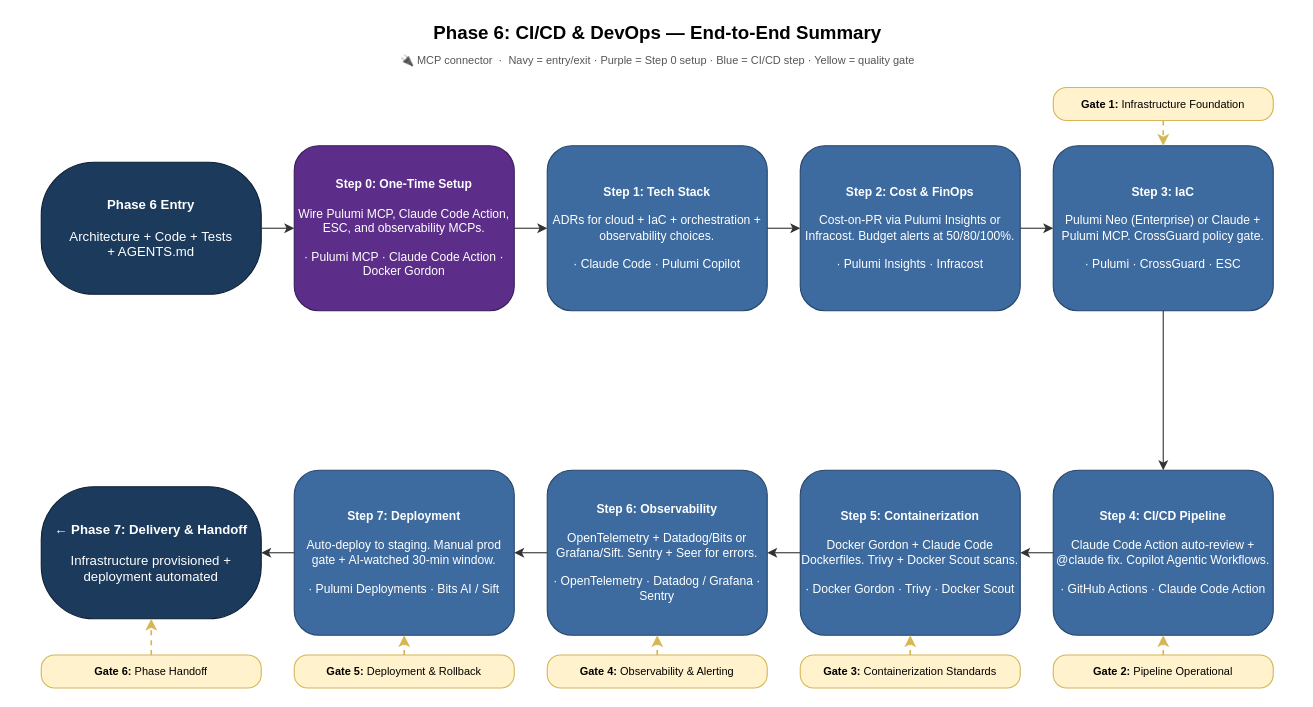
kalpat-allion/ai-dlc keeps this draw.io diagram as aidlc-phases/06-cicd-devops/FLOWCHART-SUMMARY-horizontal.drawio. Above is the earlier version. Source tidied: cells renumbered, new cells numbered last; positions are measured from the earlier drawing's top-left corner, leaving out a move shared by most shapes. Both pictures are drawn from the tidied source at 110%, with x=0, y=0 at pixel (19, 19).
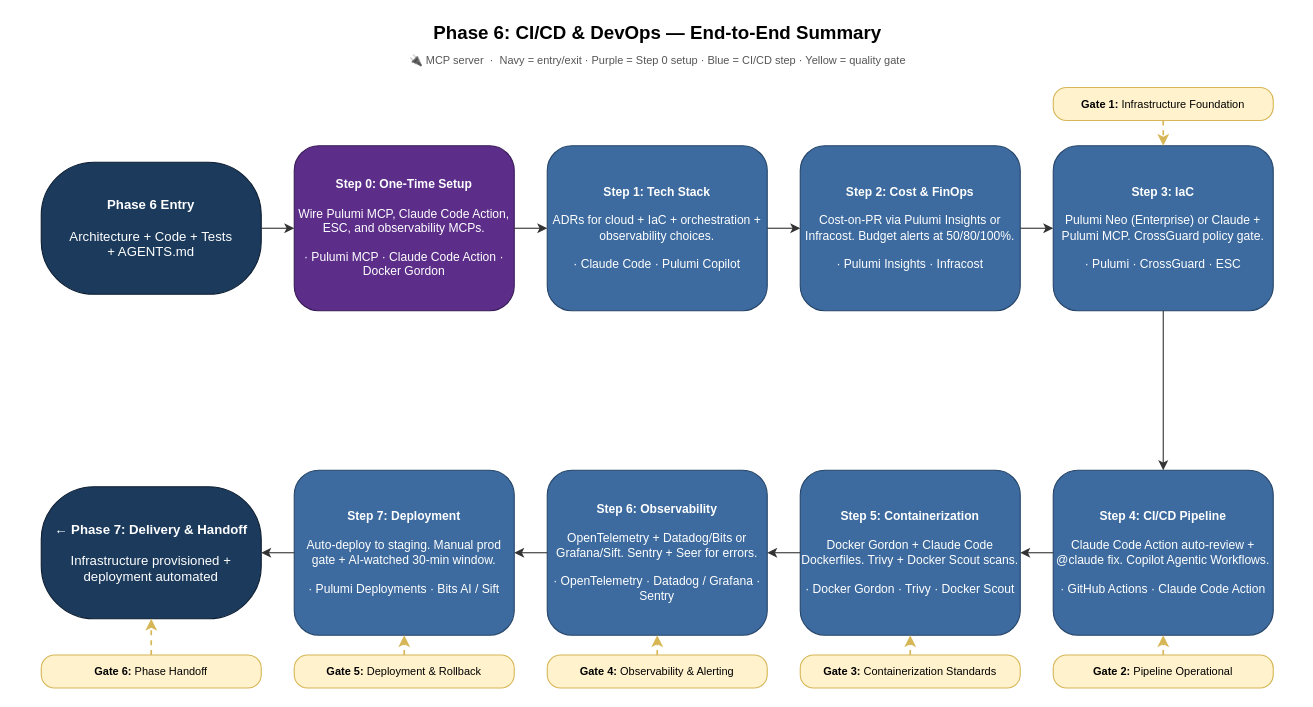
The same page after the edit.

What changed in the source:
```diff
@@
-    <mxCell id="3" value="🔌 MCP connector&amp;nbsp;&amp;nbsp;·&amp;nbsp;&amp;nbsp;Navy = entry/exit · Purple = Step 0 setup · Blue = CI/CD step · Yellow = quality gate" style="text;html=1;align=center;verticalAlign=middle;fontSize=10;fontColor=#555555;" parent="1" vertex="1">
+    <mxCell id="3" value="🔌 MCP server&amp;nbsp;&amp;nbsp;·&amp;nbsp;&amp;nbsp;Navy = entry/exit · Purple = Step 0 setup · Blue = CI/CD step · Yellow = quality gate" style="text;html=1;align=center;verticalAlign=middle;fontSize=10;fontColor=#555555;" parent="1" vertex="1">
       <mxGeometry y="28" width="1160" height="18" as="geometry" />
     </mxCell>
```
